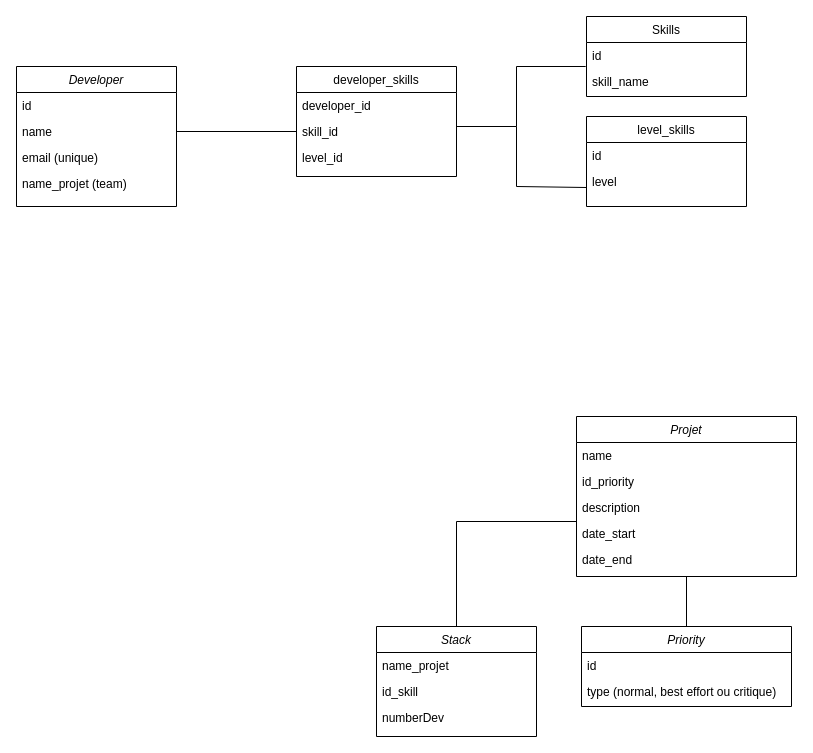
The draw.io diagram Documentations/BDD.drawio in Janin-Michel-Mathias/Java-Gestion-Projet, before the edit. Source tidied: cells renumbered, new cells numbered last; positions are measured from the earlier drawing's top-left corner, leaving out a move shared by most shapes. Both pictures are drawn from the tidied source at 100%, with x=0, y=0 at pixel (16, 16).
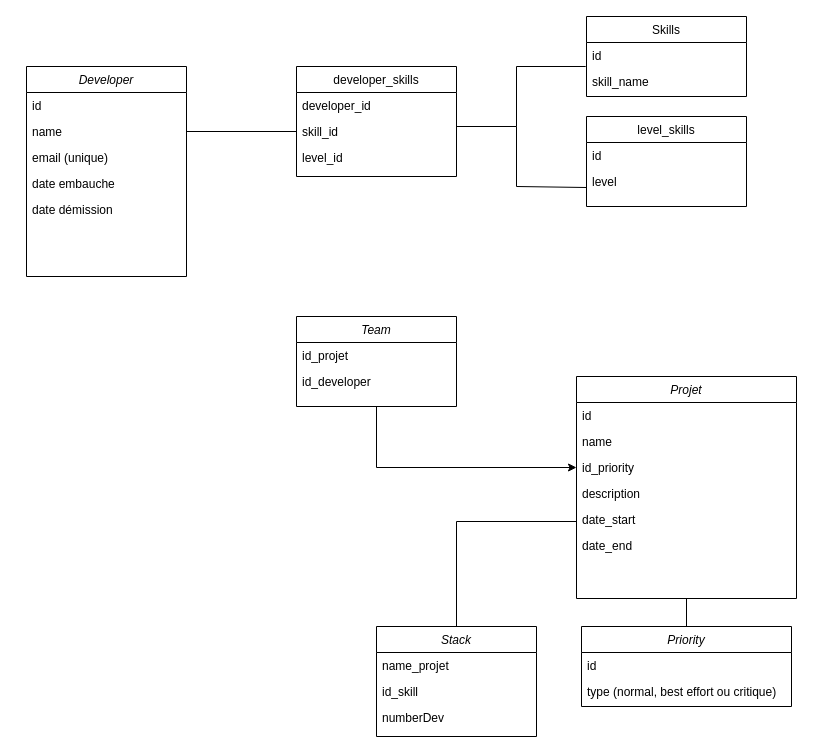
After the change.

The edit, as a diff of the source:
```diff
@@
     <mxCell id="2" value="Developer" style="swimlane;fontStyle=2;align=center;verticalAlign=top;horizontal=1;startSize=26;rounded=0;shadow=0;strokeWidth=1;" parent="1" vertex="1">
-      <mxGeometry y="50" width="160" height="140" as="geometry" />
+      <mxGeometry x="10" y="50" width="160" height="210" as="geometry" />
     </mxCell>
@@
-    <mxCell id="6" value="name_projet (team)" style="text;align=left;verticalAlign=top;spacingLeft=4;spacingRight=4;overflow=hidden;rounded=0;shadow=0;html=0;" parent="2" vertex="1">
-      <mxGeometry y="104" width="160" height="26" as="geometry" />
-    </mxCell>
+    <mxCell id="39" value="date embauche" style="text;align=left;verticalAlign=top;spacingLeft=4;spacingRight=4;overflow=hidden;rounded=0;shadow=0;html=0;" parent="2" vertex="1">
+      <mxGeometry y="104" width="160" height="26" as="geometry" />
+    </mxCell>
+    <mxCell id="40" value="date démission" style="text;align=left;verticalAlign=top;spacingLeft=4;spacingRight=4;overflow=hidden;rounded=0;shadow=0;html=0;" parent="2" vertex="1">
+      <mxGeometry y="130" width="160" height="26" as="geometry" />
+    </mxCell>
@@
     <mxCell id="23" value="Projet" style="swimlane;fontStyle=2;align=center;verticalAlign=top;horizontal=1;startSize=26;rounded=0;shadow=0;strokeWidth=1;" parent="1" vertex="1">
-      <mxGeometry x="560" y="400" width="220" height="160" as="geometry" />
+      <mxGeometry x="560" y="360" width="220" height="222" as="geometry" />
     </mxCell>
+    <mxCell id="41" value="id" style="text;align=left;verticalAlign=top;spacingLeft=4;spacingRight=4;overflow=hidden;" parent="23" vertex="1">
+      <mxGeometry y="26" width="220" height="26" as="geometry" />
+    </mxCell>
     <mxCell id="24" value="name" style="text;align=left;verticalAlign=top;spacingLeft=4;spacingRight=4;overflow=hidden;" parent="23" vertex="1">
-      <mxGeometry y="26" width="220" height="26" as="geometry" />
+      <mxGeometry y="52" width="220" height="26" as="geometry" />
     </mxCell>
     <mxCell id="25" value="id_priority " style="text;align=left;verticalAlign=top;spacingLeft=4;spacingRight=4;overflow=hidden;points=[[0,0.5],[1,0.5]];portConstraint=eastwest;rounded=0;shadow=0;html=0;" parent="23" vertex="1">
-      <mxGeometry y="52" width="220" height="26" as="geometry" />
+      <mxGeometry y="78" width="220" height="26" as="geometry" />
     </mxCell>
     <mxCell id="26" value="description" style="text;align=left;verticalAlign=top;spacingLeft=4;spacingRight=4;overflow=hidden;rounded=0;shadow=0;html=0;" parent="23" vertex="1">
-      <mxGeometry y="78" width="220" height="26" as="geometry" />
+      <mxGeometry y="104" width="220" height="26" as="geometry" />
     </mxCell>
     <mxCell id="27" value="date_start" style="text;align=left;verticalAlign=top;spacingLeft=4;spacingRight=4;overflow=hidden;rounded=0;shadow=0;html=0;" parent="23" vertex="1">
-      <mxGeometry y="104" width="220" height="26" as="geometry" />
+      <mxGeometry y="130" width="220" height="26" as="geometry" />
     </mxCell>
     <mxCell id="28" value="date_end" style="text;align=left;verticalAlign=top;spacingLeft=4;spacingRight=4;overflow=hidden;rounded=0;shadow=0;html=0;" parent="23" vertex="1">
-      <mxGeometry y="130" width="220" height="26" as="geometry" />
+      <mxGeometry y="156" width="220" height="26" as="geometry" />
     </mxCell>
@@
+    <mxCell id="42" style="edgeStyle=orthogonalEdgeStyle;rounded=0;jettySize=auto;html=1;" parent="1" edge="1" source="43" target="25">
+      <mxGeometry relative="1" as="geometry" />
+    </mxCell>
+    <mxCell id="43" value="Team" style="swimlane;fontStyle=2;align=center;verticalAlign=top;horizontal=1;startSize=26;rounded=0;shadow=0;strokeWidth=1;" parent="1" vertex="1">
+      <mxGeometry x="280" y="300" width="160" height="90" as="geometry" />
+    </mxCell>
+    <mxCell id="44" value="id_projet" style="text;align=left;verticalAlign=top;spacingLeft=4;spacingRight=4;overflow=hidden;" parent="43" vertex="1">
+      <mxGeometry y="26" width="160" height="26" as="geometry" />
+    </mxCell>
+    <mxCell id="45" value="id_developer" style="text;align=left;verticalAlign=top;spacingLeft=4;spacingRight=4;overflow=hidden;" parent="43" vertex="1">
+      <mxGeometry y="52" width="160" height="26" as="geometry" />
+    </mxCell>
```
